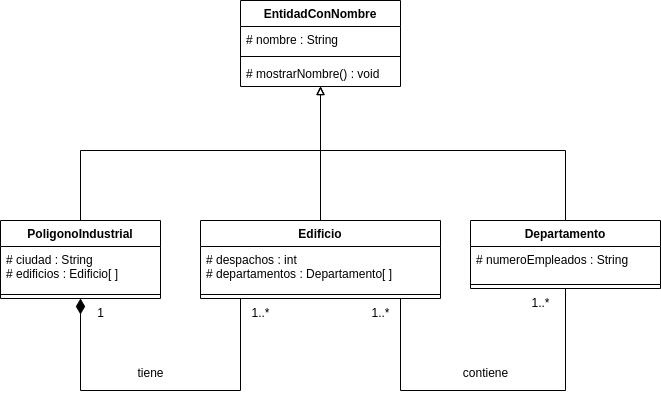
Earlier version of the draw.io export Ejercicio 3.drawio.png (NaDeLocos/eed-tema4-p1). Source tidied: cells renumbered, new cells last; positions are measured from the earlier drawing's top-left corner, leaving out a move shared by most shapes.
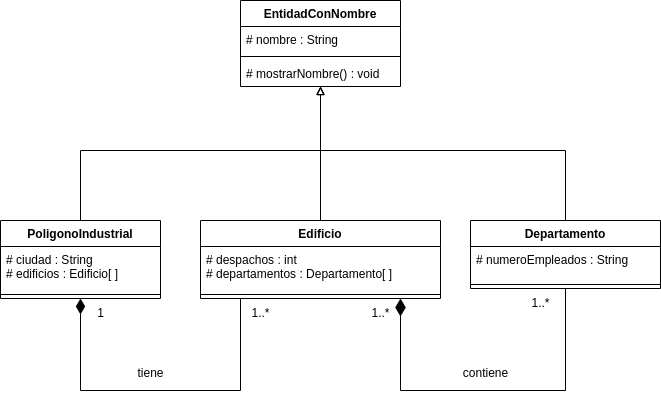
Above is the later version.

Diff of the diagram source:
```diff
@@ -34,7 +34,7 @@
     <mxCell id="10" style="edgeStyle=orthogonalEdgeStyle;rounded=0;jettySize=auto;html=1;endArrow=block;endFill=0;" parent="1" edge="1" source="13" target="2">
       <mxGeometry relative="1" as="geometry" />
     </mxCell>
-    <mxCell id="11" style="edgeStyle=orthogonalEdgeStyle;rounded=0;jettySize=auto;html=1;endArrow=none;endFill=0;startSize=9;endSize=15;" parent="1" edge="1" source="17" target="13">
+    <mxCell id="11" style="edgeStyle=orthogonalEdgeStyle;rounded=0;jettySize=auto;html=1;endArrow=diamondThin;endFill=1;startSize=9;endSize=15;" parent="1" edge="1" source="17" target="13">
       <mxGeometry relative="1" as="geometry">
         <Array as="points">
           <mxPoint x="565" y="390" />
```
